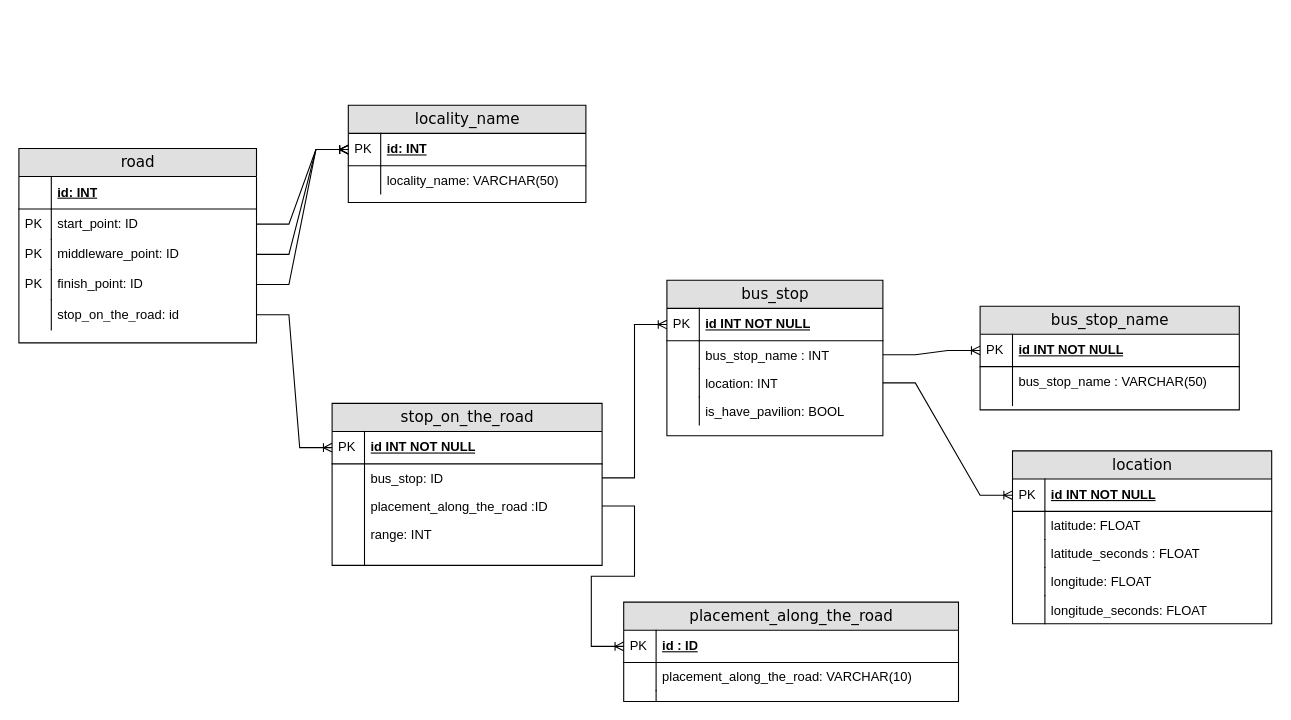
This is lab2/Untitled Diagram.drawio from omgwer/Databases, a draw.io file, before an edit. Source tidied: cells renumbered, new cells numbered last; positions are measured from the earlier drawing's top-left corner, leaving out a move shared by most shapes. Both pictures are drawn from the tidied source at 108%, with x=0, y=0 at pixel (18, 105).
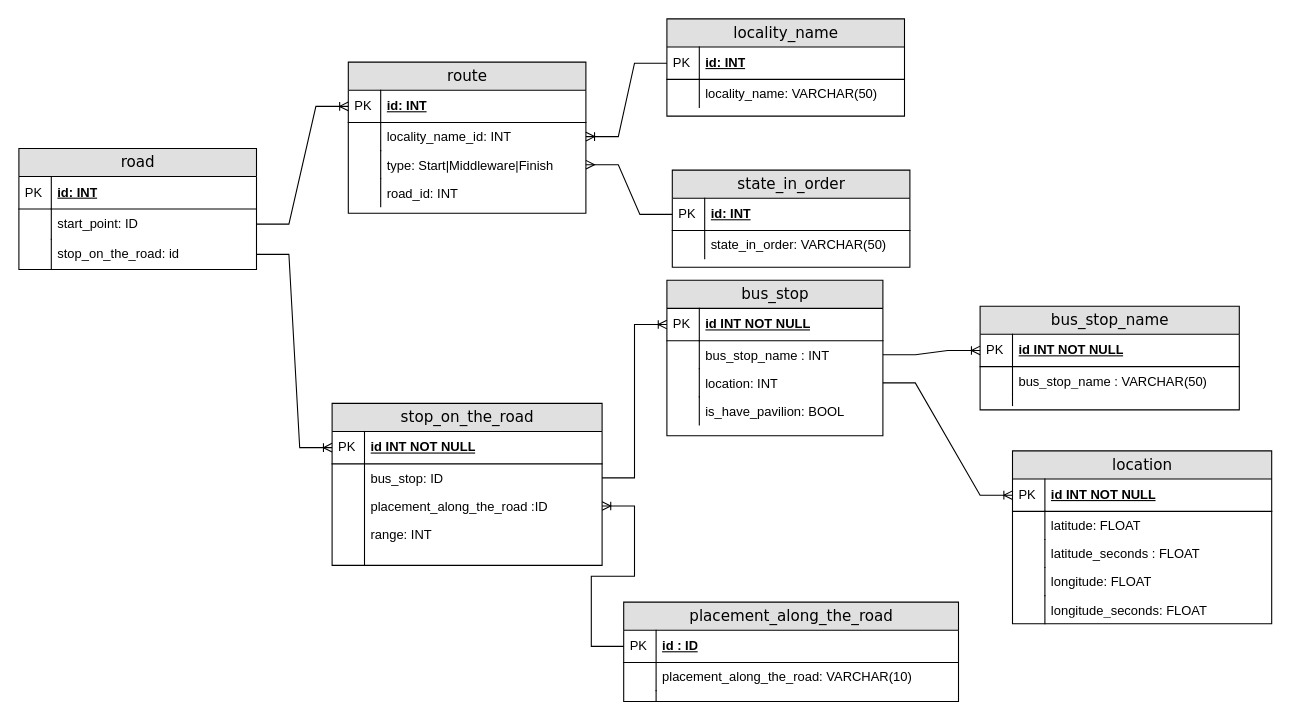
The same page after the edit.

The change refers to these unchanged cells:
```xml
<mxCell id="10" value="id: INT" style="shape=partialRectangle;top=0;left=0;right=0;bottom=1;html=1;align=left;verticalAlign=middle;fillColor=none;spacingLeft=34;spacingRight=4;whiteSpace=wrap;overflow=hidden;fontStyle=5;" parent="9" vertex="1">
  <mxGeometry y="26" width="220" height="30" as="geometry" />
</mxCell>
<mxCell id="12" value="start_point: ID" style="shape=partialRectangle;top=0;left=0;right=0;bottom=0;html=1;align=left;verticalAlign=top;fillColor=none;spacingLeft=34;spacingRight=4;whiteSpace=wrap;overflow=hidden;points=[[0,0.5],[1,0.5]];portConstraint=eastwest;" parent="9" vertex="1">
  <mxGeometry y="56" width="220" height="28" as="geometry" />
</mxCell>
<mxCell id="25" value="placement_along_the_road :ID" style="shape=partialRectangle;top=0;left=0;right=0;bottom=0;html=1;align=left;verticalAlign=top;fillColor=none;spacingLeft=34;spacingRight=4;whiteSpace=wrap;overflow=hidden;points=[[0,0.5],[1,0.5]];portConstraint=eastwest;" parent="20" vertex="1">
  <mxGeometry y="82" width="250" height="26" as="geometry" />
</mxCell>
<mxCell id="40" value="id : ID" style="shape=partialRectangle;top=0;left=0;right=0;bottom=1;html=1;align=left;verticalAlign=middle;fillColor=none;spacingLeft=34;spacingRight=4;whiteSpace=wrap;overflow=hidden;points=[[0,0.5],[1,0.5]];portConstraint=eastwest;fontStyle=5;" parent="39" vertex="1">
  <mxGeometry y="26" width="310" height="30" as="geometry" />
</mxCell>
<mxCell id="60" value="id: INT" style="shape=partialRectangle;top=0;left=0;right=0;bottom=1;html=1;align=left;verticalAlign=middle;fillColor=none;spacingLeft=34;spacingRight=4;whiteSpace=wrap;overflow=hidden;points=[[0,0.5],[1,0.5]];portConstraint=eastwest;fontStyle=5;" parent="59" vertex="1">
  <mxGeometry y="26" width="220" height="30" as="geometry" />
</mxCell>
```

Diff of the diagram source:
```diff
@@
     <mxCell id="9" value="road" style="swimlane;html=1;fontStyle=0;horizontal=1;startSize=26;fillColor=#e0e0e0;swimlaneFillColor=#ffffff;align=center;rounded=0;shadow=0;comic=0;labelBackgroundColor=none;strokeWidth=1;fontFamily=Verdana;fontSize=14;" parent="1" vertex="1">
-      <mxGeometry y="40" width="220" height="180" as="geometry" />
+      <mxGeometry y="40" width="220" height="112" as="geometry" />
     </mxCell>
@@
-    <mxCell id="11" style="shape=partialRectangle;top=0;left=0;bottom=0;html=1;fillColor=none;align=left;verticalAlign=middle;spacingLeft=4;spacingRight=4;whiteSpace=wrap;overflow=hidden;" parent="10" vertex="1">
+    <mxCell id="11" value="PK" style="shape=partialRectangle;top=0;left=0;bottom=0;html=1;fillColor=none;align=left;verticalAlign=middle;spacingLeft=4;spacingRight=4;whiteSpace=wrap;overflow=hidden;" parent="10" vertex="1">
       <mxGeometry width="30" height="30" as="geometry" />
     </mxCell>
@@
-    <mxCell id="13" value="PK" style="shape=partialRectangle;top=0;left=0;bottom=0;html=1;fillColor=none;align=left;verticalAlign=top;spacingLeft=4;spacingRight=4;whiteSpace=wrap;overflow=hidden;" parent="12" vertex="1">
+    <mxCell id="13" style="shape=partialRectangle;top=0;left=0;bottom=0;html=1;fillColor=none;align=left;verticalAlign=top;spacingLeft=4;spacingRight=4;whiteSpace=wrap;overflow=hidden;" parent="12" vertex="1">
       <mxGeometry width="30" height="28" as="geometry" />
     </mxCell>
-    <mxCell id="14" value="middleware_point: ID" style="shape=partialRectangle;top=0;left=0;right=0;bottom=0;html=1;align=left;verticalAlign=top;fillColor=none;spacingLeft=34;spacingRight=4;whiteSpace=wrap;overflow=hidden;points=[[0,0.5],[1,0.5]];portConstraint=eastwest;" parent="9" vertex="1">
-      <mxGeometry y="84" width="220" height="28" as="geometry" />
-    </mxCell>
-    <mxCell id="15" value="PK" style="shape=partialRectangle;top=0;left=0;bottom=0;html=1;fillColor=none;align=left;verticalAlign=top;spacingLeft=4;spacingRight=4;whiteSpace=wrap;overflow=hidden;" parent="14" vertex="1">
-      <mxGeometry width="30" height="28" as="geometry" />
-    </mxCell>
-    <mxCell id="16" value="finish_point: ID" style="shape=partialRectangle;top=0;left=0;right=0;bottom=0;html=1;align=left;verticalAlign=top;fillColor=none;spacingLeft=34;spacingRight=4;whiteSpace=wrap;overflow=hidden;points=[[0,0.5],[1,0.5]];portConstraint=eastwest;" parent="9" vertex="1">
-      <mxGeometry y="112" width="220" height="28" as="geometry" />
-    </mxCell>
-    <mxCell id="17" value="PK" style="shape=partialRectangle;top=0;left=0;bottom=0;html=1;fillColor=none;align=left;verticalAlign=top;spacingLeft=4;spacingRight=4;whiteSpace=wrap;overflow=hidden;" parent="16" vertex="1">
-      <mxGeometry width="30" height="28" as="geometry" />
-    </mxCell>
     <mxCell id="18" value="stop_on_the_road: id" style="shape=partialRectangle;top=0;left=0;right=0;bottom=0;html=1;align=left;verticalAlign=top;fillColor=none;spacingLeft=34;spacingRight=4;whiteSpace=wrap;overflow=hidden;points=[[0,0.5],[1,0.5]];portConstraint=eastwest;" parent="9" vertex="1">
-      <mxGeometry y="140" width="220" height="28" as="geometry" />
+      <mxGeometry y="84" width="220" height="28" as="geometry" />
     </mxCell>
@@
-    <mxCell id="59" value="locality_name" style="swimlane;html=1;fontStyle=0;horizontal=1;startSize=26;fillColor=#e0e0e0;swimlaneFillColor=#ffffff;align=center;rounded=0;shadow=0;comic=0;labelBackgroundColor=none;strokeWidth=1;fontFamily=Verdana;fontSize=14;" parent="1" vertex="1">
-      <mxGeometry x="305" width="220" height="90" as="geometry" />
+    <mxCell id="59" value="route" style="swimlane;html=1;fontStyle=0;horizontal=1;startSize=26;fillColor=#e0e0e0;swimlaneFillColor=#ffffff;align=center;rounded=0;shadow=0;comic=0;labelBackgroundColor=none;strokeWidth=1;fontFamily=Verdana;fontSize=14;" parent="1" vertex="1">
+      <mxGeometry x="305" y="-40" width="220" height="140" as="geometry" />
     </mxCell>
@@
-    <mxCell id="62" value="locality_name: VARCHAR(50)" style="shape=partialRectangle;top=0;left=0;right=0;bottom=0;html=1;align=left;verticalAlign=top;fillColor=none;spacingLeft=34;spacingRight=4;whiteSpace=wrap;overflow=hidden;points=[[0,0.5],[1,0.5]];portConstraint=eastwest;" parent="59" vertex="1">
+    <mxCell id="62" value="locality_name_id: INT" style="shape=partialRectangle;top=0;left=0;right=0;bottom=0;html=1;align=left;verticalAlign=top;fillColor=none;spacingLeft=34;spacingRight=4;whiteSpace=wrap;overflow=hidden;points=[[0,0.5],[1,0.5]];portConstraint=eastwest;" parent="59" vertex="1">
       <mxGeometry y="56" width="220" height="26" as="geometry" />
     </mxCell>
@@
+    <mxCell id="69" value="type: Start|Middleware|Finish" style="shape=partialRectangle;top=0;left=0;right=0;bottom=0;html=1;align=left;verticalAlign=top;fillColor=none;spacingLeft=34;spacingRight=4;whiteSpace=wrap;overflow=hidden;points=[[0,0.5],[1,0.5]];portConstraint=eastwest;" parent="59" vertex="1">
+      <mxGeometry y="82" width="220" height="26" as="geometry" />
+    </mxCell>
+    <mxCell id="70" style="shape=partialRectangle;top=0;left=0;bottom=0;html=1;fillColor=none;align=left;verticalAlign=top;spacingLeft=4;spacingRight=4;whiteSpace=wrap;overflow=hidden;" parent="69" vertex="1">
+      <mxGeometry width="30" height="26" as="geometry" />
+    </mxCell>
+    <mxCell id="71" value="road_id: INT" style="shape=partialRectangle;top=0;left=0;right=0;bottom=0;html=1;align=left;verticalAlign=top;fillColor=none;spacingLeft=34;spacingRight=4;whiteSpace=wrap;overflow=hidden;" parent="59" vertex="1">
+      <mxGeometry y="108" width="220" height="26" as="geometry" />
+    </mxCell>
+    <mxCell id="72" style="shape=partialRectangle;top=0;left=0;bottom=0;html=1;fillColor=none;align=left;verticalAlign=top;spacingLeft=4;spacingRight=4;whiteSpace=wrap;overflow=hidden;" parent="71" vertex="1">
+      <mxGeometry width="30" height="26" as="geometry" />
+    </mxCell>
@@
-    <mxCell id="65" style="edgeStyle=entityRelationEdgeStyle;fontSize=12;html=1;endArrow=ERoneToMany;rounded=0;exitX=1;exitY=0.5;exitDx=0;exitDy=0;entryX=0;entryY=0.5;entryDx=0;entryDy=0;" parent="1" edge="1" source="25" target="40">
+    <mxCell id="65" style="edgeStyle=entityRelationEdgeStyle;fontSize=12;html=1;endArrow=ERoneToMany;rounded=0;exitX=0;exitY=0.5;exitDx=0;exitDy=0;entryX=1;entryY=0.5;entryDx=0;entryDy=0;" parent="1" edge="1" source="40" target="25">
       <mxGeometry relative="1" as="geometry" />
     </mxCell>
@@
-    <mxCell id="67" style="edgeStyle=entityRelationEdgeStyle;fontSize=12;html=1;endArrow=ERoneToMany;rounded=0;exitX=1;exitY=0.5;exitDx=0;exitDy=0;entryX=0;entryY=0.5;entryDx=0;entryDy=0;" parent="1" edge="1" source="14" target="60">
-      <mxGeometry relative="1" as="geometry" />
-    </mxCell>
-    <mxCell id="68" style="edgeStyle=entityRelationEdgeStyle;fontSize=12;html=1;endArrow=ERoneToMany;rounded=0;exitX=1;exitY=0.5;exitDx=0;exitDy=0;entryX=0;entryY=0.5;entryDx=0;entryDy=0;" parent="1" edge="1" source="16" target="60">
-      <mxGeometry relative="1" as="geometry" />
-    </mxCell>
+    <mxCell id="73" value="locality_name" style="swimlane;html=1;fontStyle=0;horizontal=1;startSize=26;fillColor=#e0e0e0;swimlaneFillColor=#ffffff;align=center;rounded=0;shadow=0;comic=0;labelBackgroundColor=none;strokeWidth=1;fontFamily=Verdana;fontSize=14;" parent="1" vertex="1">
+      <mxGeometry x="600" y="-80" width="220" height="90" as="geometry" />
+    </mxCell>
+    <mxCell id="74" value="id: INT" style="shape=partialRectangle;top=0;left=0;right=0;bottom=1;html=1;align=left;verticalAlign=middle;fillColor=none;spacingLeft=34;spacingRight=4;whiteSpace=wrap;overflow=hidden;points=[[0,0.5],[1,0.5]];portConstraint=eastwest;fontStyle=5;" parent="73" vertex="1">
+      <mxGeometry y="26" width="220" height="30" as="geometry" />
+    </mxCell>
+    <mxCell id="75" value="PK" style="shape=partialRectangle;top=0;left=0;bottom=0;html=1;fillColor=none;align=left;verticalAlign=middle;spacingLeft=4;spacingRight=4;whiteSpace=wrap;overflow=hidden;" parent="74" vertex="1">
+      <mxGeometry width="30" height="30" as="geometry" />
+    </mxCell>
+    <mxCell id="76" value="locality_name: VARCHAR(50)" style="shape=partialRectangle;top=0;left=0;right=0;bottom=0;html=1;align=left;verticalAlign=top;fillColor=none;spacingLeft=34;spacingRight=4;whiteSpace=wrap;overflow=hidden;" parent="73" vertex="1">
+      <mxGeometry y="56" width="220" height="26" as="geometry" />
+    </mxCell>
+    <mxCell id="77" style="shape=partialRectangle;top=0;left=0;bottom=0;html=1;fillColor=none;align=left;verticalAlign=top;spacingLeft=4;spacingRight=4;whiteSpace=wrap;overflow=hidden;" parent="76" vertex="1">
+      <mxGeometry width="30" height="26" as="geometry" />
+    </mxCell>
+    <mxCell id="78" value="state_in_order" style="swimlane;html=1;fontStyle=0;horizontal=1;startSize=26;fillColor=#e0e0e0;swimlaneFillColor=#ffffff;align=center;rounded=0;shadow=0;comic=0;labelBackgroundColor=none;strokeWidth=1;fontFamily=Verdana;fontSize=14;" parent="1" vertex="1">
+      <mxGeometry x="605" y="60" width="220" height="90" as="geometry" />
+    </mxCell>
+    <mxCell id="79" value="id: INT" style="shape=partialRectangle;top=0;left=0;right=0;bottom=1;html=1;align=left;verticalAlign=middle;fillColor=none;spacingLeft=34;spacingRight=4;whiteSpace=wrap;overflow=hidden;points=[[0,0.5],[1,0.5]];portConstraint=eastwest;fontStyle=5;" parent="78" vertex="1">
+      <mxGeometry y="26" width="220" height="30" as="geometry" />
+    </mxCell>
+    <mxCell id="80" value="PK" style="shape=partialRectangle;top=0;left=0;bottom=0;html=1;fillColor=none;align=left;verticalAlign=middle;spacingLeft=4;spacingRight=4;whiteSpace=wrap;overflow=hidden;" parent="79" vertex="1">
+      <mxGeometry width="30" height="30" as="geometry" />
+    </mxCell>
+    <mxCell id="81" value="state_in_order: VARCHAR(50)" style="shape=partialRectangle;top=0;left=0;right=0;bottom=0;html=1;align=left;verticalAlign=top;fillColor=none;spacingLeft=34;spacingRight=4;whiteSpace=wrap;overflow=hidden;" parent="78" vertex="1">
+      <mxGeometry y="56" width="220" height="26" as="geometry" />
+    </mxCell>
+    <mxCell id="82" style="shape=partialRectangle;top=0;left=0;bottom=0;html=1;fillColor=none;align=left;verticalAlign=top;spacingLeft=4;spacingRight=4;whiteSpace=wrap;overflow=hidden;" parent="81" vertex="1">
+      <mxGeometry width="30" height="26" as="geometry" />
+    </mxCell>
+    <mxCell id="83" style="edgeStyle=entityRelationEdgeStyle;fontSize=12;html=1;endArrow=ERmany;rounded=0;exitX=0;exitY=0.5;exitDx=0;exitDy=0;entryX=1;entryY=0.5;entryDx=0;entryDy=0;" parent="1" edge="1" source="79" target="69">
+      <mxGeometry relative="1" as="geometry" />
+    </mxCell>
+    <mxCell id="84" style="edgeStyle=entityRelationEdgeStyle;fontSize=12;html=1;endArrow=ERoneToMany;rounded=0;exitX=0;exitY=0.5;exitDx=0;exitDy=0;entryX=1;entryY=0.5;entryDx=0;entryDy=0;" parent="1" edge="1" source="74" target="62">
+      <mxGeometry relative="1" as="geometry" />
+    </mxCell>
```
